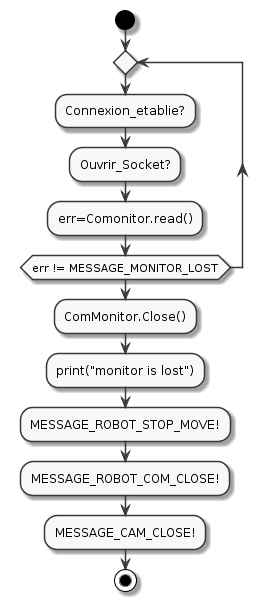
Earlier version of the PlantUML export modele/diagrammes d'activite/rendus/5 6 : th_watchComSM.png (dotsumae/TP-temps-reel).
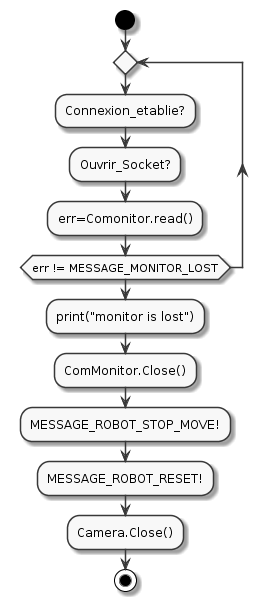
The same diagram one commit later.

Commit message:
corrige des messages

Change to the diagram source:
```diff
@@ -8,11 +8,11 @@
     :Ouvrir_Socket?;
     :err=Comonitor.read();
 repeat while (err != MESSAGE_MONITOR_LOST)
+:print("monitor is lost");
 :ComMonitor.Close();
-:print("monitor is lost");
 :MESSAGE_ROBOT_STOP_MOVE!;
-:MESSAGE_ROBOT_COM_CLOSE!;
-:MESSAGE_CAM_CLOSE!;
+:MESSAGE_ROBOT_RESET!;
+:Camera.Close();
 
 
 
```
